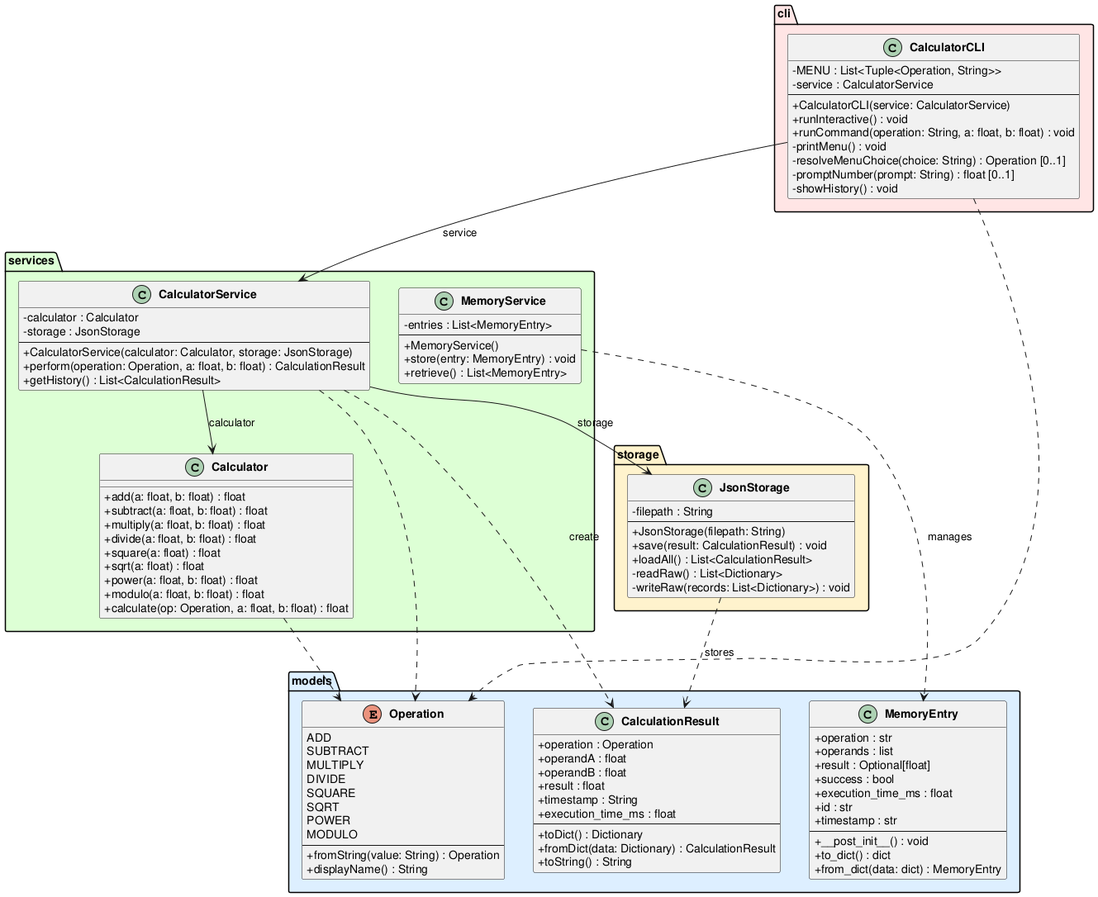
This is experiments/supervisor_as_tools/test_driven/calculator/artifacts/class_diagram.png from DanielRiha8906/Software_autoevolution_using_agents, a PlantUML export, as it was before one commit.
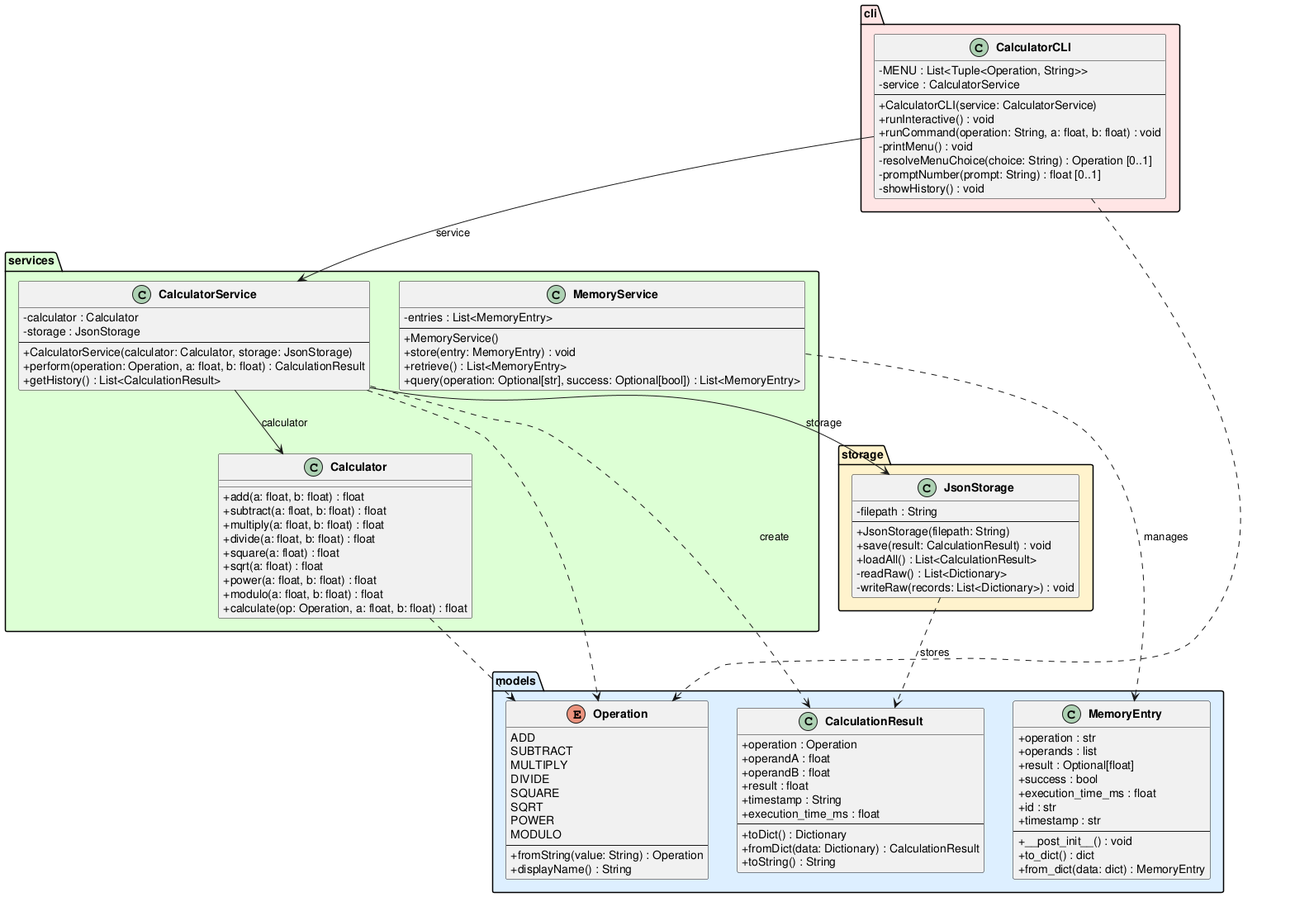
Later version of the same file.

Change to the diagram source:
```diff
@@ -74,6 +74,7 @@
         +MemoryService()
         +store(entry: MemoryEntry) : void
         +retrieve() : List<MemoryEntry>
+        +query(operation: Optional[str], success: Optional[bool]) : List<MemoryEntry>
     }
 }
 
```
